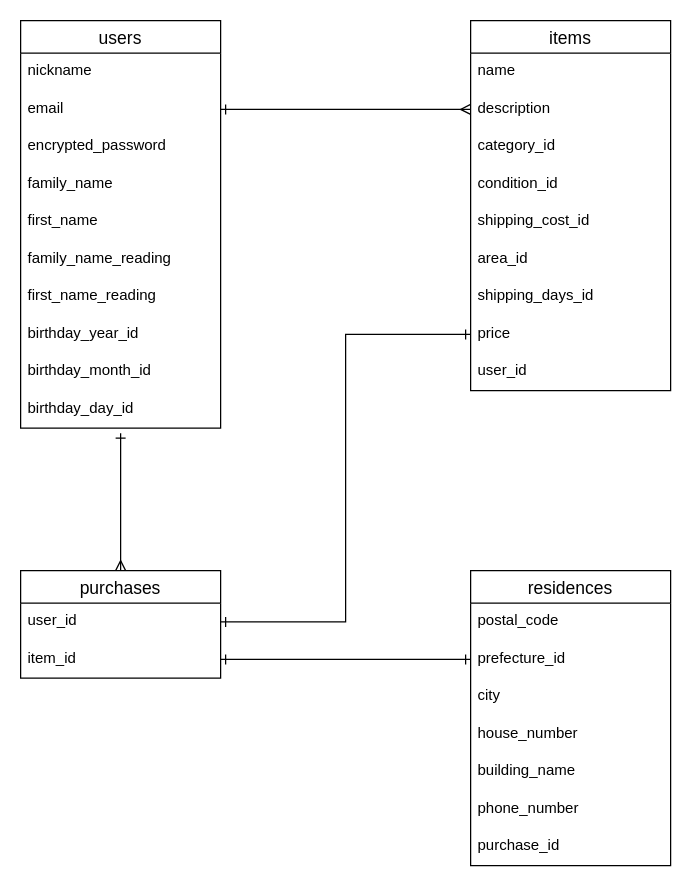
Above: er.dio in TakumaMarui/furima-36091 (draw.io), before the change. Source tidied: cells renumbered, new cells numbered last; positions are measured from the earlier drawing's top-left corner, leaving out a move shared by most shapes. Both pictures are drawn from the tidied source at 125%, with x=0, y=0 at pixel (20, 20).
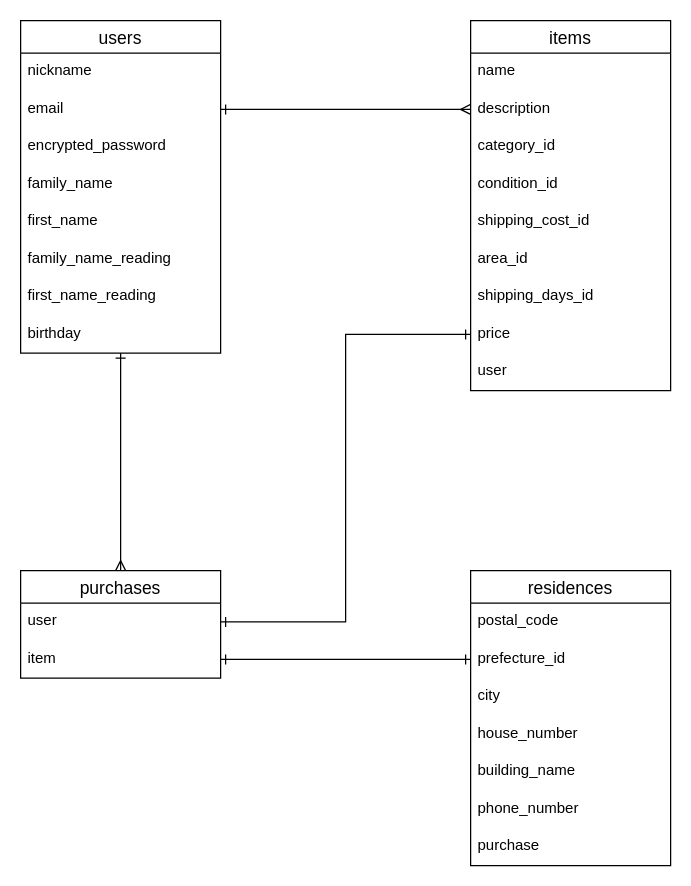
Above is the later version.

Commit message (it also covers changes not shown here):
データベース設計の修正

Unchanged cells that the change refers to:
```xml
<mxCell id="13" value="items" style="swimlane;fontStyle=0;horizontal=1;startSize=26;align=center;fontSize=14;" parent="1" vertex="1">
  <mxGeometry x="360" width="160" height="296" as="geometry" />
</mxCell>
<mxCell id="24" value="purchases" style="swimlane;fontStyle=0;horizontal=1;startSize=26;align=center;fontSize=14;" parent="1" vertex="1">
  <mxGeometry y="440" width="160" height="86" as="geometry" />
</mxCell>
<mxCell id="27" value="residences" style="swimlane;fontStyle=0;horizontal=1;startSize=26;align=center;fontSize=14;" parent="1" vertex="1">
  <mxGeometry x="360" y="440" width="160" height="236" as="geometry" />
</mxCell>
```

The edit, as a diff of the source:
```diff
@@
     <mxCell id="2" value="users" style="swimlane;fontStyle=0;horizontal=1;startSize=26;align=center;fontSize=14;" parent="1" vertex="1">
-      <mxGeometry width="160" height="326" as="geometry" />
+      <mxGeometry width="160" height="266" as="geometry" />
     </mxCell>
@@
-    <mxCell id="10" value="birthday_year_id" style="text;strokeColor=none;fillColor=none;spacingLeft=4;spacingRight=4;overflow=hidden;fontSize=12;" parent="2" vertex="1">
+    <mxCell id="10" value="birthday" style="text;strokeColor=none;fillColor=none;spacingLeft=4;spacingRight=4;overflow=hidden;fontSize=12;" parent="2" vertex="1">
       <mxGeometry y="236" width="160" height="30" as="geometry" />
     </mxCell>
-    <mxCell id="11" value="birthday_month_id" style="text;strokeColor=none;fillColor=none;spacingLeft=4;spacingRight=4;overflow=hidden;fontSize=12;" parent="2" vertex="1">
-      <mxGeometry y="266" width="160" height="30" as="geometry" />
-    </mxCell>
-    <mxCell id="12" value="birthday_day_id" style="text;strokeColor=none;fillColor=none;spacingLeft=4;spacingRight=4;overflow=hidden;fontSize=12;" parent="2" vertex="1">
-      <mxGeometry y="296" width="160" height="30" as="geometry" />
-    </mxCell>
@@
-    <mxCell id="22" value="user_id" style="text;strokeColor=none;fillColor=none;spacingLeft=4;spacingRight=4;overflow=hidden;fontSize=12;" parent="13" vertex="1">
+    <mxCell id="22" value="user" style="text;strokeColor=none;fillColor=none;spacingLeft=4;spacingRight=4;overflow=hidden;fontSize=12;" parent="13" vertex="1">
       <mxGeometry y="266" width="160" height="30" as="geometry" />
     </mxCell>
     <mxCell id="23" style="edgeStyle=orthogonalEdgeStyle;rounded=0;jettySize=auto;html=1;startArrow=ERmany;startFill=0;endArrow=ERone;endFill=0;exitX=0.5;exitY=0;exitDx=0;exitDy=0;" parent="1" edge="1" source="24">
       <mxGeometry relative="1" as="geometry">
-        <mxPoint x="80" y="330" as="targetPoint" />
+        <mxPoint x="80" y="266" as="targetPoint" />
       </mxGeometry>
     </mxCell>
@@
-    <mxCell id="25" value="user_id" style="text;strokeColor=none;fillColor=none;spacingLeft=4;spacingRight=4;overflow=hidden;points=[[0,0.5],[1,0.5]];portConstraint=eastwest;fontSize=12;" parent="24" vertex="1">
+    <mxCell id="25" value="user" style="text;strokeColor=none;fillColor=none;spacingLeft=4;spacingRight=4;overflow=hidden;points=[[0,0.5],[1,0.5]];portConstraint=eastwest;fontSize=12;" parent="24" vertex="1">
       <mxGeometry y="26" width="160" height="30" as="geometry" />
     </mxCell>
-    <mxCell id="26" value="item_id" style="text;strokeColor=none;fillColor=none;spacingLeft=4;spacingRight=4;overflow=hidden;points=[[0,0.5],[1,0.5]];portConstraint=eastwest;fontSize=12;" parent="24" vertex="1">
+    <mxCell id="26" value="item" style="text;strokeColor=none;fillColor=none;spacingLeft=4;spacingRight=4;overflow=hidden;points=[[0,0.5],[1,0.5]];portConstraint=eastwest;fontSize=12;" parent="24" vertex="1">
       <mxGeometry y="56" width="160" height="30" as="geometry" />
     </mxCell>
@@
-    <mxCell id="34" value="purchase_id" style="text;strokeColor=none;fillColor=none;spacingLeft=4;spacingRight=4;overflow=hidden;fontSize=12;" parent="27" vertex="1">
+    <mxCell id="34" value="purchase" style="text;strokeColor=none;fillColor=none;spacingLeft=4;spacingRight=4;overflow=hidden;fontSize=12;" parent="27" vertex="1">
       <mxGeometry y="206" width="160" height="30" as="geometry" />
     </mxCell>
```
